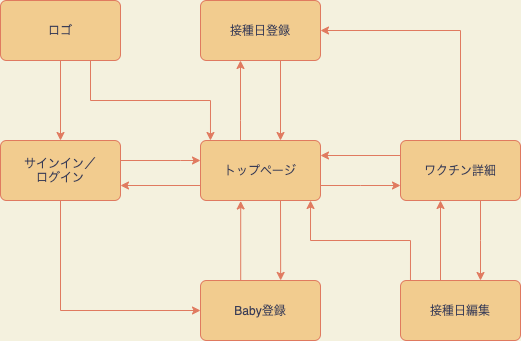
This is baby_app_sfd.png from katao-eng/baby-app, a draw.io export, as it was before one commit. Source tidied: cells renumbered, new cells last; positions are measured from the earlier drawing's top-left corner, leaving out a move shared by most shapes. Its diagram source:
```xml
<mxGraphModel background="#F4F1DE">
  <root>
    <mxCell id="0" />
    <mxCell id="1" parent="0" />
    <mxCell id="2" style="edgeStyle=orthogonalEdgeStyle;rounded=0;jettySize=auto;html=1;labelBackgroundColor=#F4F1DE;strokeColor=#E07A5F;fontColor=#393C56;" parent="1" edge="1" source="4" target="7">
      <mxGeometry relative="1" as="geometry" />
    </mxCell>
    <mxCell id="3" style="edgeStyle=orthogonalEdgeStyle;sketch=0;jettySize=auto;html=1;exitX=0.75;exitY=1;exitDx=0;exitDy=0;entryX=0.083;entryY=0;entryDx=0;entryDy=0;fontColor=#393C56;strokeColor=#E07A5F;fillColor=#F2CC8F;rounded=0;entryPerimeter=0;" parent="1" edge="1" source="4" target="12">
      <mxGeometry relative="1" as="geometry">
        <Array as="points">
          <mxPoint x="90" y="100" />
          <mxPoint x="210" y="100" />
        </Array>
      </mxGeometry>
    </mxCell>
    <mxCell id="4" value="ロゴ" style="rounded=1;arcSize=10;whiteSpace=wrap;html=1;align=center;fillColor=#F2CC8F;strokeColor=#E07A5F;fontColor=#393C56;" parent="1" vertex="1">
      <mxGeometry width="120" height="60" as="geometry" />
    </mxCell>
    <mxCell id="5" style="edgeStyle=orthogonalEdgeStyle;rounded=0;jettySize=auto;html=1;labelBackgroundColor=#F4F1DE;strokeColor=#E07A5F;fontColor=#393C56;" parent="1" edge="1" source="7" target="12">
      <mxGeometry relative="1" as="geometry">
        <Array as="points">
          <mxPoint x="180" y="160" />
          <mxPoint x="180" y="160" />
        </Array>
      </mxGeometry>
    </mxCell>
    <mxCell id="6" style="edgeStyle=orthogonalEdgeStyle;rounded=0;jettySize=auto;html=1;entryX=0;entryY=0.5;entryDx=0;entryDy=0;labelBackgroundColor=#F4F1DE;strokeColor=#E07A5F;fontColor=#393C56;" parent="1" edge="1" source="7" target="14">
      <mxGeometry relative="1" as="geometry">
        <Array as="points">
          <mxPoint x="60" y="310" />
        </Array>
      </mxGeometry>
    </mxCell>
    <mxCell id="7" value="サインイン／&lt;br&gt;ログイン" style="rounded=1;arcSize=10;whiteSpace=wrap;html=1;align=center;fillColor=#F2CC8F;strokeColor=#E07A5F;fontColor=#393C56;" parent="1" vertex="1">
      <mxGeometry y="140" width="120" height="60" as="geometry" />
    </mxCell>
    <mxCell id="8" style="edgeStyle=orthogonalEdgeStyle;rounded=0;jettySize=auto;html=1;exitX=0;exitY=0.75;exitDx=0;exitDy=0;entryX=1;entryY=0.75;entryDx=0;entryDy=0;labelBackgroundColor=#F4F1DE;strokeColor=#E07A5F;fontColor=#393C56;" parent="1" edge="1" source="12" target="7">
      <mxGeometry relative="1" as="geometry" />
    </mxCell>
    <mxCell id="9" style="edgeStyle=orthogonalEdgeStyle;rounded=0;jettySize=auto;html=1;labelBackgroundColor=#F4F1DE;strokeColor=#E07A5F;fontColor=#393C56;" parent="1" edge="1" source="12" target="16">
      <mxGeometry relative="1" as="geometry">
        <Array as="points">
          <mxPoint x="240" y="120" />
          <mxPoint x="240" y="120" />
        </Array>
      </mxGeometry>
    </mxCell>
    <mxCell id="10" style="edgeStyle=orthogonalEdgeStyle;rounded=0;sketch=0;jettySize=auto;html=1;fontColor=#393C56;strokeColor=#E07A5F;fillColor=#F2CC8F;exitX=1;exitY=0.75;exitDx=0;exitDy=0;entryX=0;entryY=0.75;entryDx=0;entryDy=0;" parent="1" edge="1" source="12" target="20">
      <mxGeometry relative="1" as="geometry">
        <Array as="points">
          <mxPoint x="360" y="185" />
          <mxPoint x="360" y="185" />
        </Array>
      </mxGeometry>
    </mxCell>
    <mxCell id="11" style="edgeStyle=orthogonalEdgeStyle;rounded=0;sketch=0;jettySize=auto;html=1;fontColor=#393C56;strokeColor=#E07A5F;fillColor=#F2CC8F;entryX=0.668;entryY=-0.001;entryDx=0;entryDy=0;entryPerimeter=0;" parent="1" edge="1" target="14">
      <mxGeometry relative="1" as="geometry">
        <mxPoint x="280" y="200" as="sourcePoint" />
        <Array as="points">
          <mxPoint x="280" y="200" />
        </Array>
      </mxGeometry>
    </mxCell>
    <mxCell id="12" value="トップページ" style="rounded=1;arcSize=10;whiteSpace=wrap;html=1;align=center;fillColor=#F2CC8F;strokeColor=#E07A5F;fontColor=#393C56;" parent="1" vertex="1">
      <mxGeometry x="200" y="140" width="120" height="60" as="geometry" />
    </mxCell>
    <mxCell id="13" style="edgeStyle=orthogonalEdgeStyle;rounded=0;jettySize=auto;html=1;entryX=0.335;entryY=1.008;entryDx=0;entryDy=0;labelBackgroundColor=#F4F1DE;strokeColor=#E07A5F;fontColor=#393C56;entryPerimeter=0;exitX=0.335;exitY=0.008;exitDx=0;exitDy=0;exitPerimeter=0;" parent="1" edge="1" source="14" target="12">
      <mxGeometry relative="1" as="geometry" />
    </mxCell>
    <mxCell id="14" value="Baby登録" style="rounded=1;arcSize=10;whiteSpace=wrap;html=1;align=center;fillColor=#F2CC8F;strokeColor=#E07A5F;fontColor=#393C56;" parent="1" vertex="1">
      <mxGeometry x="200" y="280" width="120" height="60" as="geometry" />
    </mxCell>
    <mxCell id="15" style="edgeStyle=orthogonalEdgeStyle;rounded=0;orthogonalLoop=1;jettySize=auto;html=1;labelBackgroundColor=#F4F1DE;strokeColor=#E07A5F;fontColor=#393C56;" parent="1" edge="1">
      <mxGeometry relative="1" as="geometry">
        <mxPoint x="280" y="60" as="sourcePoint" />
        <mxPoint x="280" y="140" as="targetPoint" />
      </mxGeometry>
    </mxCell>
    <mxCell id="16" value="接種日登録" style="rounded=1;arcSize=10;whiteSpace=wrap;html=1;align=center;fillColor=#F2CC8F;strokeColor=#E07A5F;fontColor=#393C56;" parent="1" vertex="1">
      <mxGeometry x="200" width="120" height="60" as="geometry" />
    </mxCell>
    <mxCell id="17" style="edgeStyle=orthogonalEdgeStyle;rounded=0;sketch=0;jettySize=auto;html=1;fontColor=#393C56;strokeColor=#E07A5F;fillColor=#F2CC8F;" parent="1" edge="1" source="20" target="22">
      <mxGeometry relative="1" as="geometry">
        <Array as="points">
          <mxPoint x="480" y="240" />
          <mxPoint x="480" y="240" />
        </Array>
      </mxGeometry>
    </mxCell>
    <mxCell id="18" style="edgeStyle=orthogonalEdgeStyle;rounded=0;sketch=0;jettySize=auto;html=1;exitX=0;exitY=0.25;exitDx=0;exitDy=0;entryX=1;entryY=0.25;entryDx=0;entryDy=0;fontColor=#393C56;strokeColor=#E07A5F;fillColor=#F2CC8F;" parent="1" edge="1" source="20" target="12">
      <mxGeometry relative="1" as="geometry" />
    </mxCell>
    <mxCell id="19" style="edgeStyle=orthogonalEdgeStyle;rounded=0;sketch=0;jettySize=auto;html=1;exitX=0.5;exitY=0;exitDx=0;exitDy=0;entryX=1;entryY=0.5;entryDx=0;entryDy=0;fontColor=#393C56;strokeColor=#E07A5F;fillColor=#F2CC8F;" parent="1" edge="1" source="20" target="16">
      <mxGeometry relative="1" as="geometry" />
    </mxCell>
    <mxCell id="20" value="ワクチン詳細" style="rounded=1;arcSize=10;whiteSpace=wrap;html=1;align=center;fillColor=#F2CC8F;strokeColor=#E07A5F;fontColor=#393C56;" parent="1" vertex="1">
      <mxGeometry x="400" y="140" width="120" height="60" as="geometry" />
    </mxCell>
    <mxCell id="21" style="edgeStyle=orthogonalEdgeStyle;rounded=0;sketch=0;orthogonalLoop=1;jettySize=auto;html=1;fontColor=#393C56;strokeColor=#E07A5F;fillColor=#F2CC8F;" parent="1" edge="1">
      <mxGeometry relative="1" as="geometry">
        <mxPoint x="440" y="280" as="sourcePoint" />
        <mxPoint x="440" y="200" as="targetPoint" />
        <Array as="points">
          <mxPoint x="440" y="280" />
          <mxPoint x="440" y="200" />
        </Array>
      </mxGeometry>
    </mxCell>
    <mxCell id="22" value="接種日編集" style="rounded=1;arcSize=10;whiteSpace=wrap;html=1;align=center;fillColor=#F2CC8F;strokeColor=#E07A5F;fontColor=#393C56;" parent="1" vertex="1">
      <mxGeometry x="400" y="280" width="120" height="60" as="geometry" />
    </mxCell>
    <mxCell id="23" style="edgeStyle=orthogonalEdgeStyle;sketch=0;jettySize=auto;html=1;exitX=0.917;exitY=1;exitDx=0;exitDy=0;entryX=0.083;entryY=0;entryDx=0;entryDy=0;fontColor=#393C56;strokeColor=#E07A5F;fillColor=#F2CC8F;rounded=0;entryPerimeter=0;exitPerimeter=0;startArrow=classic;startFill=1;endArrow=none;endFill=0;" parent="1" edge="1" source="12">
      <mxGeometry relative="1" as="geometry">
        <mxPoint x="410" y="280" as="targetPoint" />
        <Array as="points">
          <mxPoint x="310" y="240" />
          <mxPoint x="410" y="240" />
        </Array>
      </mxGeometry>
    </mxCell>
  </root>
</mxGraphModel>
```
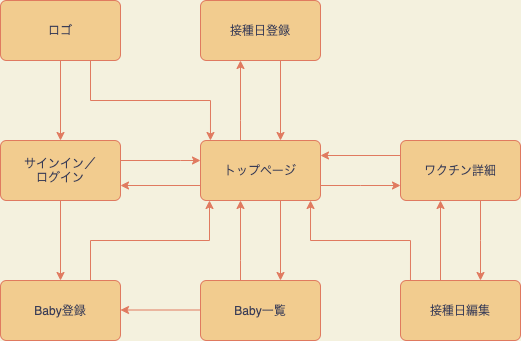
After the commit.

Commit message:
画面遷移図の修正

Diff of the diagram source:
```diff
@@ -24,12 +24,8 @@
         </Array>
       </mxGeometry>
     </mxCell>
-    <mxCell id="6" style="edgeStyle=orthogonalEdgeStyle;rounded=0;jettySize=auto;html=1;entryX=0;entryY=0.5;entryDx=0;entryDy=0;labelBackgroundColor=#F4F1DE;strokeColor=#E07A5F;fontColor=#393C56;" parent="1" edge="1" source="7" target="14">
-      <mxGeometry relative="1" as="geometry">
-        <Array as="points">
-          <mxPoint x="60" y="310" />
-        </Array>
-      </mxGeometry>
+    <mxCell id="6" style="edgeStyle=orthogonalEdgeStyle;rounded=0;jettySize=auto;html=1;entryX=0.5;entryY=0;entryDx=0;entryDy=0;labelBackgroundColor=#F4F1DE;strokeColor=#E07A5F;fontColor=#393C56;" parent="1" edge="1" source="7" target="14">
+      <mxGeometry relative="1" as="geometry" />
     </mxCell>
     <mxCell id="7" value="サインイン／&lt;br&gt;ログイン" style="rounded=1;arcSize=10;whiteSpace=wrap;html=1;align=center;fillColor=#F2CC8F;strokeColor=#E07A5F;fontColor=#393C56;" parent="1" vertex="1">
       <mxGeometry y="140" width="120" height="60" as="geometry" />
@@ -53,22 +49,14 @@
         </Array>
       </mxGeometry>
     </mxCell>
-    <mxCell id="11" style="edgeStyle=orthogonalEdgeStyle;rounded=0;sketch=0;jettySize=auto;html=1;fontColor=#393C56;strokeColor=#E07A5F;fillColor=#F2CC8F;entryX=0.668;entryY=-0.001;entryDx=0;entryDy=0;entryPerimeter=0;" parent="1" edge="1" target="14">
-      <mxGeometry relative="1" as="geometry">
-        <mxPoint x="280" y="200" as="sourcePoint" />
-        <Array as="points">
-          <mxPoint x="280" y="200" />
-        </Array>
-      </mxGeometry>
-    </mxCell>
     <mxCell id="12" value="トップページ" style="rounded=1;arcSize=10;whiteSpace=wrap;html=1;align=center;fillColor=#F2CC8F;strokeColor=#E07A5F;fontColor=#393C56;" parent="1" vertex="1">
       <mxGeometry x="200" y="140" width="120" height="60" as="geometry" />
     </mxCell>
-    <mxCell id="13" style="edgeStyle=orthogonalEdgeStyle;rounded=0;jettySize=auto;html=1;entryX=0.335;entryY=1.008;entryDx=0;entryDy=0;labelBackgroundColor=#F4F1DE;strokeColor=#E07A5F;fontColor=#393C56;entryPerimeter=0;exitX=0.335;exitY=0.008;exitDx=0;exitDy=0;exitPerimeter=0;" parent="1" edge="1" source="14" target="12">
+    <mxCell id="13" style="edgeStyle=orthogonalEdgeStyle;rounded=0;jettySize=auto;html=1;entryX=0.075;entryY=1;entryDx=0;entryDy=0;labelBackgroundColor=#F4F1DE;strokeColor=#E07A5F;fontColor=#393C56;entryPerimeter=0;exitX=0.75;exitY=0;exitDx=0;exitDy=0;" parent="1" edge="1" source="14" target="12">
       <mxGeometry relative="1" as="geometry" />
     </mxCell>
     <mxCell id="14" value="Baby登録" style="rounded=1;arcSize=10;whiteSpace=wrap;html=1;align=center;fillColor=#F2CC8F;strokeColor=#E07A5F;fontColor=#393C56;" parent="1" vertex="1">
-      <mxGeometry x="200" y="280" width="120" height="60" as="geometry" />
+      <mxGeometry y="280" width="120" height="60" as="geometry" />
     </mxCell>
     <mxCell id="15" style="edgeStyle=orthogonalEdgeStyle;rounded=0;orthogonalLoop=1;jettySize=auto;html=1;labelBackgroundColor=#F4F1DE;strokeColor=#E07A5F;fontColor=#393C56;" parent="1" edge="1">
       <mxGeometry relative="1" as="geometry">
@@ -90,9 +78,6 @@
     <mxCell id="18" style="edgeStyle=orthogonalEdgeStyle;rounded=0;sketch=0;jettySize=auto;html=1;exitX=0;exitY=0.25;exitDx=0;exitDy=0;entryX=1;entryY=0.25;entryDx=0;entryDy=0;fontColor=#393C56;strokeColor=#E07A5F;fillColor=#F2CC8F;" parent="1" edge="1" source="20" target="12">
       <mxGeometry relative="1" as="geometry" />
     </mxCell>
-    <mxCell id="19" style="edgeStyle=orthogonalEdgeStyle;rounded=0;sketch=0;jettySize=auto;html=1;exitX=0.5;exitY=0;exitDx=0;exitDy=0;entryX=1;entryY=0.5;entryDx=0;entryDy=0;fontColor=#393C56;strokeColor=#E07A5F;fillColor=#F2CC8F;" parent="1" edge="1" source="20" target="16">
-      <mxGeometry relative="1" as="geometry" />
-    </mxCell>
     <mxCell id="20" value="ワクチン詳細" style="rounded=1;arcSize=10;whiteSpace=wrap;html=1;align=center;fillColor=#F2CC8F;strokeColor=#E07A5F;fontColor=#393C56;" parent="1" vertex="1">
       <mxGeometry x="400" y="140" width="120" height="60" as="geometry" />
     </mxCell>
@@ -118,5 +103,30 @@
         </Array>
       </mxGeometry>
     </mxCell>
+    <mxCell id="24" value="Baby一覧" style="rounded=1;arcSize=10;whiteSpace=wrap;html=1;align=center;fillColor=#F2CC8F;strokeColor=#E07A5F;fontColor=#393C56;" parent="1" vertex="1">
+      <mxGeometry x="200" y="280" width="120" height="60" as="geometry" />
+    </mxCell>
+    <mxCell id="25" style="edgeStyle=orthogonalEdgeStyle;rounded=0;orthogonalLoop=1;jettySize=auto;html=1;labelBackgroundColor=#F4F1DE;strokeColor=#E07A5F;fontColor=#393C56;" parent="1" edge="1">
+      <mxGeometry relative="1" as="geometry">
+        <mxPoint x="240" y="280" as="sourcePoint" />
+        <mxPoint x="240" y="200" as="targetPoint" />
+        <Array as="points">
+          <mxPoint x="240" y="260" />
+          <mxPoint x="240" y="260" />
+        </Array>
+      </mxGeometry>
+    </mxCell>
+    <mxCell id="26" style="edgeStyle=orthogonalEdgeStyle;rounded=0;orthogonalLoop=1;jettySize=auto;html=1;labelBackgroundColor=#F4F1DE;strokeColor=#E07A5F;fontColor=#393C56;" parent="1" edge="1">
+      <mxGeometry relative="1" as="geometry">
+        <mxPoint x="280" y="200" as="sourcePoint" />
+        <mxPoint x="280" y="280" as="targetPoint" />
+      </mxGeometry>
+    </mxCell>
+    <mxCell id="27" style="edgeStyle=orthogonalEdgeStyle;rounded=0;orthogonalLoop=1;jettySize=auto;html=1;exitX=0;exitY=0.75;exitDx=0;exitDy=0;entryX=1;entryY=0.75;entryDx=0;entryDy=0;labelBackgroundColor=#F4F1DE;strokeColor=#E07A5F;fontColor=#393C56;" parent="1" edge="1">
+      <mxGeometry relative="1" as="geometry">
+        <mxPoint x="200" y="309.5" as="sourcePoint" />
+        <mxPoint x="120" y="309.5" as="targetPoint" />
+      </mxGeometry>
+    </mxCell>
   </root>
 </mxGraphModel>
```
